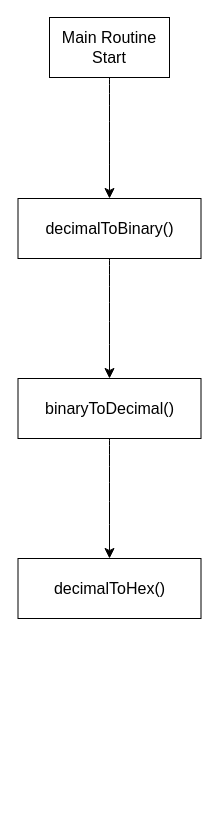
The draw.io diagram anwarAssignment26/MainProgram.drawio in mh-anwar/ICS3U1, before the edit. Source tidied: cells renumbered, new cells numbered last; positions are measured from the earlier drawing's top-left corner, leaving out a move shared by most shapes. Both pictures are drawn from the tidied source at 100%, with x=0, y=0 at pixel (17, 17).
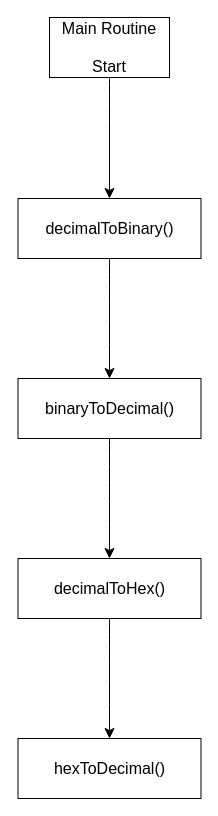
Above is the later version.

Change to the diagram source:
```diff
@@
 <mxGraphModel>
   <root>
     <mxCell id="0" />
     <mxCell id="1" parent="0" />
     <mxCell id="2" style="edgeStyle=none;curved=1;rounded=0;jettySize=auto;html=1;fontSize=12;startSize=8;endSize=8;" parent="1" edge="1" source="3" target="5">
       <mxGeometry relative="1" as="geometry" />
     </mxCell>
-    <mxCell id="3" value="Main Routine&lt;br&gt;Start" style="rounded=0;whiteSpace=wrap;html=1;fontSize=16;" parent="1" vertex="1">
+    <mxCell id="3" value="Main Routine&lt;br&gt;&lt;br&gt;Start" style="rounded=0;whiteSpace=wrap;html=1;fontSize=16;" parent="1" vertex="1">
       <mxGeometry x="32" width="120" height="60" as="geometry" />
     </mxCell>
     <mxCell id="4" style="edgeStyle=none;curved=1;rounded=0;jettySize=auto;html=1;fontSize=12;startSize=8;endSize=8;" parent="1" edge="1" source="5" target="7">
       <mxGeometry relative="1" as="geometry" />
     </mxCell>
     <mxCell id="5" value="decimalToBinary()" style="rounded=0;whiteSpace=wrap;html=1;fontSize=16;" parent="1" vertex="1">
       <mxGeometry x="0.5" y="181" width="183" height="60" as="geometry" />
     </mxCell>
     <mxCell id="6" style="edgeStyle=none;curved=1;rounded=0;jettySize=auto;html=1;fontSize=12;startSize=8;endSize=8;" parent="1" edge="1" source="7" target="8">
       <mxGeometry relative="1" as="geometry" />
     </mxCell>
     <mxCell id="7" value="binaryToDecimal()" style="rounded=0;whiteSpace=wrap;html=1;fontSize=16;" parent="1" vertex="1">
       <mxGeometry x="0.5" y="361" width="183" height="60" as="geometry" />
     </mxCell>
+    <mxCell id="9" style="edgeStyle=none;curved=1;rounded=0;jettySize=auto;html=1;fontSize=12;startSize=8;endSize=8;" parent="1" edge="1" source="8" target="10">
+      <mxGeometry relative="1" as="geometry" />
+    </mxCell>
     <mxCell id="8" value="decimalToHex()" style="rounded=0;whiteSpace=wrap;html=1;fontSize=16;" parent="1" vertex="1">
       <mxGeometry x="0.5" y="541" width="183" height="60" as="geometry" />
     </mxCell>
+    <mxCell id="10" value="hexToDecimal()" style="rounded=0;whiteSpace=wrap;html=1;fontSize=16;" parent="1" vertex="1">
+      <mxGeometry x="0.5" y="721" width="183" height="60" as="geometry" />
+    </mxCell>
   </root>
 </mxGraphModel>
```
